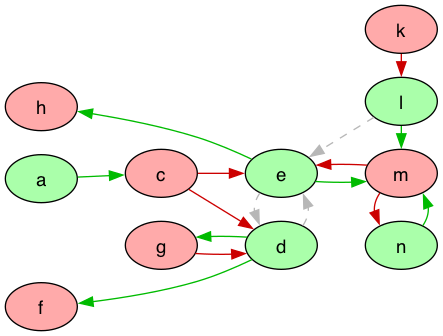
Earlier version of the Graphviz export lib/graphs/game_pw1_graph_colored.png (idaks/Games-and-Argumentation). Its source is kept beside it as lib/graphs/game_pw1_graph_colored.dot.
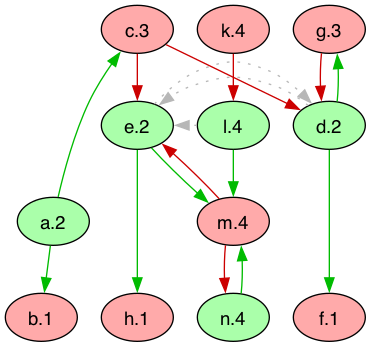
Later version of the same file.

Change to the diagram source:
```diff
@@ -1,30 +1,41 @@
 digraph G {
-  rankdir="LR"
+  rankdir="TB"
   node [shape=oval style=filled fontname=Helvetica fontsize=14]
-  node [fillcolor="#AAFFAA" fontcolor="#000000"] a l d e n;
-  node [fillcolor="#FFAAAA" fontcolor="#000000"] c k m f g h;
-  edge [dir=forward, color="#00BB00", style="solid"]
-        "a" -> "c";
-        "l" -> "m";
-        "e" -> "m";
-        "d" -> "f";
-        "d" -> "g";
-        "e" -> "h";
-        "n" -> "m";
-  edge [dir=forward, color="#CC0000", style="solid"]
-        "k" -> "l";
-        "c" -> "d";
-        "c" -> "e";
-        "m" -> "e";
-        "g" -> "d";
-        "m" -> "n";
-  edge [dir=forward, color="#b7b7b7", style="dashed"]
-        "l" -> "e";
-        "d" -> "e";
-        "e" -> "d";
+  node [fillcolor="#AAFFAA" fontcolor="#000000"]
+       a[label="a.2"]
+       l[label="l.4"]
+       d[label="d.2"]
+       e[label="e.2"]
+       n[label="n.4"]
+  node [fillcolor="#FFAAAA" fontcolor="#000000"]
+       c[label="c.3"]
+       b[label="b.1"]
+       k[label="k.4"]
+       m[label="m.4"]
+       f[label="f.1"]
+       g[label="g.3"]
+       h[label="h.1"]
+  edge [dir=forward color="#00BB00" style="solid"]
+        "a" -> "c"
+        "a" -> "b"
+        "l" -> "m"
+        "e" -> "m"
+        "d" -> "f"
+        "d" -> "g"
+        "e" -> "h"
+        "n" -> "m"
+  edge [dir=forward color="#CC0000" style="solid"]
+        "k" -> "l"
+        "c" -> "d"
+        "c" -> "e"
+        "m" -> "e"
+        "g" -> "d"
+        "m" -> "n"
+  edge [dir=forward color="#b7b7b7" style="dotted" constraint=false]
+        "l" -> "e"
+        "d" -> "e"
+        "e" -> "d"
 
-  {rank = min; f; h}
-  {rank = same; d; e}
-  {rank = same; c; g}
-  {rank = max; k; l; m; n}
+  {rank = max; b; f; h}
+  {rank = min; c; g}
 }
```
